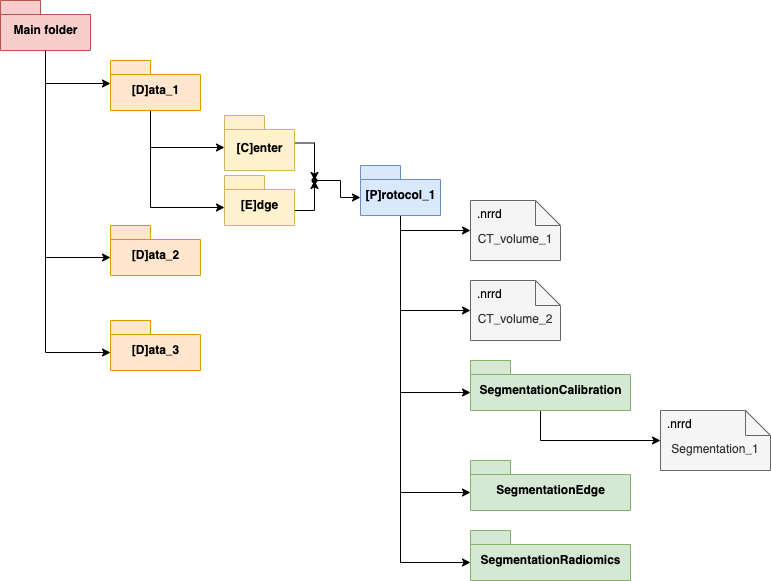
This is images/ddbb_diagram.png from juandasm/CT_Metrics_Reproducibility, a draw.io export, as it was before one commit. Source tidied: cells renumbered, new cells last; positions are measured from the earlier drawing's top-left corner, leaving out a move shared by most shapes.
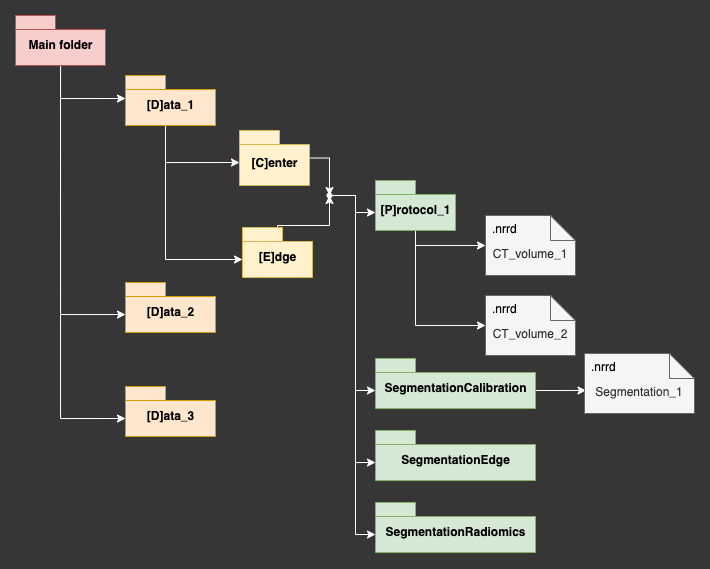
Above is the later version.

What changed in the source:
```diff
@@ -1,42 +1,43 @@
-<mxGraphModel>
+<mxGraphModel background="#363636">
   <root>
     <mxCell id="0" />
     <mxCell id="1" parent="0" />
-    <mxCell id="2" style="edgeStyle=orthogonalEdgeStyle;rounded=0;jettySize=auto;html=1;entryX=0;entryY=0;entryDx=0;entryDy=32;entryPerimeter=0;exitX=0.5;exitY=1;exitDx=0;exitDy=0;exitPerimeter=0;" parent="1" edge="1" source="5" target="10">
+    <mxCell id="2" style="edgeStyle=orthogonalEdgeStyle;rounded=0;jettySize=auto;html=1;entryX=0;entryY=0;entryDx=0;entryDy=32;entryPerimeter=0;exitX=0.5;exitY=1;exitDx=0;exitDy=0;exitPerimeter=0;strokeColor=#FFFFFF;" parent="1" edge="1" source="5" target="10">
       <mxGeometry relative="1" as="geometry">
         <Array as="points">
-          <mxPoint x="45" y="352" />
+          <mxPoint x="45" y="403" />
         </Array>
       </mxGeometry>
     </mxCell>
-    <mxCell id="3" style="edgeStyle=orthogonalEdgeStyle;rounded=0;jettySize=auto;html=1;entryX=0;entryY=0;entryDx=0;entryDy=23;entryPerimeter=0;" parent="1" edge="1" source="5" target="8">
+    <mxCell id="3" style="edgeStyle=orthogonalEdgeStyle;rounded=0;jettySize=auto;html=1;entryX=0;entryY=0;entryDx=0;entryDy=23;entryPerimeter=0;strokeColor=#FFFFFF;" parent="1" edge="1" source="5" target="8">
       <mxGeometry relative="1" as="geometry">
         <Array as="points">
           <mxPoint x="45" y="83" />
         </Array>
       </mxGeometry>
     </mxCell>
-    <mxCell id="4" style="edgeStyle=orthogonalEdgeStyle;rounded=0;jettySize=auto;html=1;entryX=0;entryY=0;entryDx=0;entryDy=32;entryPerimeter=0;exitX=0.5;exitY=1;exitDx=0;exitDy=0;exitPerimeter=0;" parent="1" edge="1" source="5" target="9">
+    <mxCell id="4" style="edgeStyle=orthogonalEdgeStyle;rounded=0;jettySize=auto;html=1;entryX=0;entryY=0;entryDx=0;entryDy=32;entryPerimeter=0;exitX=0.5;exitY=1;exitDx=0;exitDy=0;exitPerimeter=0;strokeColor=#FFFFFF;" parent="1" edge="1" source="5" target="9">
       <mxGeometry relative="1" as="geometry">
         <Array as="points">
-          <mxPoint x="45" y="257" />
+          <mxPoint x="45" y="299" />
+          <mxPoint x="110" y="299" />
         </Array>
       </mxGeometry>
     </mxCell>
     <mxCell id="5" value="Main folder" style="shape=folder;fontStyle=1;spacingTop=10;tabWidth=40;tabHeight=14;tabPosition=left;html=1;fillColor=#f8cecc;strokeColor=#b85450;" parent="1" vertex="1">
       <mxGeometry width="90" height="50" as="geometry" />
     </mxCell>
-    <mxCell id="6" style="edgeStyle=orthogonalEdgeStyle;rounded=0;jettySize=auto;html=1;entryX=0;entryY=0;entryDx=0;entryDy=32;entryPerimeter=0;" parent="1" edge="1" source="8" target="12">
+    <mxCell id="6" style="edgeStyle=orthogonalEdgeStyle;rounded=0;jettySize=auto;html=1;entryX=0;entryY=0;entryDx=0;entryDy=32;entryPerimeter=0;strokeColor=#FFFFFF;" parent="1" edge="1" source="8" target="12">
       <mxGeometry relative="1" as="geometry">
         <Array as="points">
           <mxPoint x="150" y="147" />
         </Array>
       </mxGeometry>
     </mxCell>
-    <mxCell id="7" style="edgeStyle=orthogonalEdgeStyle;rounded=0;jettySize=auto;html=1;entryX=0;entryY=0;entryDx=0;entryDy=32;entryPerimeter=0;" parent="1" edge="1" source="8" target="14">
+    <mxCell id="7" style="edgeStyle=orthogonalEdgeStyle;rounded=0;jettySize=auto;html=1;entryX=0;entryY=0;entryDx=0;entryDy=32;entryPerimeter=0;strokeColor=#FFFFFF;" parent="1" edge="1" source="8" target="14">
       <mxGeometry relative="1" as="geometry">
         <Array as="points">
-          <mxPoint x="150" y="207" />
+          <mxPoint x="150" y="244" />
         </Array>
       </mxGeometry>
     </mxCell>
@@ -44,12 +45,12 @@
       <mxGeometry x="110" y="60" width="90" height="50" as="geometry" />
     </mxCell>
     <mxCell id="9" value="[D]ata_2" style="shape=folder;fontStyle=1;spacingTop=10;tabWidth=40;tabHeight=14;tabPosition=left;html=1;fillColor=#ffe6cc;strokeColor=#d79b00;" parent="1" vertex="1">
-      <mxGeometry x="110" y="225" width="90" height="50" as="geometry" />
+      <mxGeometry x="110" y="267" width="90" height="50" as="geometry" />
     </mxCell>
     <mxCell id="10" value="[D]ata_3" style="shape=folder;fontStyle=1;spacingTop=10;tabWidth=40;tabHeight=14;tabPosition=left;html=1;fillColor=#ffe6cc;strokeColor=#d79b00;" parent="1" vertex="1">
-      <mxGeometry x="110" y="320" width="90" height="50" as="geometry" />
+      <mxGeometry x="110" y="371" width="90" height="50" as="geometry" />
     </mxCell>
-    <mxCell id="11" style="edgeStyle=orthogonalEdgeStyle;rounded=0;jettySize=auto;html=1;" parent="1" edge="1" source="12" target="22">
+    <mxCell id="11" style="edgeStyle=orthogonalEdgeStyle;rounded=0;jettySize=auto;html=1;strokeColor=#FFFFFF;" parent="1" edge="1" source="12" target="22">
       <mxGeometry relative="1" as="geometry">
         <Array as="points">
           <mxPoint x="314" y="142" />
@@ -59,7 +60,7 @@
     <mxCell id="12" value="[C]enter" style="shape=folder;fontStyle=1;spacingTop=10;tabWidth=40;tabHeight=14;tabPosition=left;html=1;fillColor=#fff2cc;strokeColor=#d6b656;" parent="1" vertex="1">
       <mxGeometry x="224" y="115" width="70" height="55" as="geometry" />
     </mxCell>
-    <mxCell id="13" style="edgeStyle=orthogonalEdgeStyle;rounded=0;jettySize=auto;html=1;" parent="1" edge="1" source="14" target="22">
+    <mxCell id="13" style="edgeStyle=orthogonalEdgeStyle;rounded=0;jettySize=auto;html=1;strokeColor=#FFFFFF;" parent="1" edge="1" source="14" target="22">
       <mxGeometry relative="1" as="geometry">
         <Array as="points">
           <mxPoint x="314" y="210" />
@@ -67,47 +68,26 @@
       </mxGeometry>
     </mxCell>
     <mxCell id="14" value="[E]dge" style="shape=folder;fontStyle=1;spacingTop=10;tabWidth=40;tabHeight=14;tabPosition=left;html=1;fillColor=#fff2cc;strokeColor=#d6b656;" parent="1" vertex="1">
-      <mxGeometry x="224" y="175" width="70" height="50" as="geometry" />
+      <mxGeometry x="227" y="212" width="70" height="50" as="geometry" />
     </mxCell>
-    <mxCell id="15" style="edgeStyle=orthogonalEdgeStyle;rounded=0;jettySize=auto;html=1;" parent="1" edge="1" source="20" target="23">
+    <mxCell id="15" style="edgeStyle=orthogonalEdgeStyle;rounded=0;jettySize=auto;html=1;strokeColor=#FFFFFF;" parent="1" edge="1" source="20" target="23">
       <mxGeometry relative="1" as="geometry">
         <Array as="points">
           <mxPoint x="400" y="230" />
         </Array>
       </mxGeometry>
     </mxCell>
-    <mxCell id="16" style="edgeStyle=orthogonalEdgeStyle;rounded=0;jettySize=auto;html=1;entryX=0;entryY=0.5;entryDx=0;entryDy=0;entryPerimeter=0;" parent="1" edge="1" source="20" target="25">
+    <mxCell id="16" style="edgeStyle=orthogonalEdgeStyle;rounded=0;jettySize=auto;html=1;entryX=0;entryY=0.5;entryDx=0;entryDy=0;entryPerimeter=0;strokeColor=#FFFFFF;" parent="1" edge="1" source="20" target="25">
       <mxGeometry relative="1" as="geometry">
         <Array as="points">
           <mxPoint x="400" y="310" />
         </Array>
       </mxGeometry>
     </mxCell>
-    <mxCell id="17" style="edgeStyle=orthogonalEdgeStyle;rounded=0;jettySize=auto;html=1;entryX=0;entryY=0;entryDx=0;entryDy=32;entryPerimeter=0;" parent="1" edge="1" source="20" target="28">
-      <mxGeometry relative="1" as="geometry">
-        <Array as="points">
-          <mxPoint x="400" y="392" />
-        </Array>
-      </mxGeometry>
-    </mxCell>
-    <mxCell id="18" style="edgeStyle=orthogonalEdgeStyle;rounded=0;jettySize=auto;html=1;entryX=0;entryY=0;entryDx=0;entryDy=32;entryPerimeter=0;" parent="1" edge="1" source="20" target="29">
-      <mxGeometry relative="1" as="geometry">
-        <Array as="points">
-          <mxPoint x="400" y="492" />
-        </Array>
-      </mxGeometry>
-    </mxCell>
-    <mxCell id="19" style="edgeStyle=orthogonalEdgeStyle;rounded=0;jettySize=auto;html=1;entryX=0;entryY=0;entryDx=0;entryDy=32;entryPerimeter=0;" parent="1" edge="1" source="20" target="30">
-      <mxGeometry relative="1" as="geometry">
-        <Array as="points">
-          <mxPoint x="400" y="562" />
-        </Array>
-      </mxGeometry>
-    </mxCell>
-    <mxCell id="20" value="[P]rotocol_1" style="shape=folder;fontStyle=1;spacingTop=10;tabWidth=40;tabHeight=14;tabPosition=left;html=1;fillColor=#dae8fc;strokeColor=#6c8ebf;" parent="1" vertex="1">
+    <mxCell id="20" value="[P]rotocol_1" style="shape=folder;fontStyle=1;spacingTop=10;tabWidth=40;tabHeight=14;tabPosition=left;html=1;fillColor=#d5e8d4;strokeColor=#82b366;" parent="1" vertex="1">
       <mxGeometry x="360" y="165" width="80" height="50" as="geometry" />
     </mxCell>
-    <mxCell id="21" style="edgeStyle=orthogonalEdgeStyle;rounded=0;jettySize=auto;html=1;entryX=0;entryY=0;entryDx=0;entryDy=32;entryPerimeter=0;" parent="1" edge="1" source="22" target="20">
+    <mxCell id="21" style="edgeStyle=orthogonalEdgeStyle;rounded=0;jettySize=auto;html=1;entryX=0;entryY=0;entryDx=0;entryDy=32;entryPerimeter=0;strokeColor=#FFFFFF;" parent="1" edge="1" source="22" target="20">
       <mxGeometry relative="1" as="geometry">
         <Array as="points">
           <mxPoint x="340" y="180" />
@@ -115,7 +95,31 @@
         </Array>
       </mxGeometry>
     </mxCell>
+    <mxCell id="33" style="edgeStyle=orthogonalEdgeStyle;rounded=0;jettySize=auto;html=1;entryX=0;entryY=0;entryDx=0;entryDy=32;entryPerimeter=0;strokeColor=#FFFFFF;" parent="1" edge="1" source="22" target="28">
+      <mxGeometry relative="1" as="geometry">
+        <Array as="points">
+          <mxPoint x="340" y="180" />
+          <mxPoint x="340" y="375" />
+        </Array>
+      </mxGeometry>
+    </mxCell>
+    <mxCell id="34" style="edgeStyle=orthogonalEdgeStyle;rounded=0;jettySize=auto;html=1;entryX=0;entryY=0;entryDx=0;entryDy=32;entryPerimeter=0;strokeColor=#FFFFFF;" parent="1" edge="1" source="22" target="29">
+      <mxGeometry relative="1" as="geometry">
+        <Array as="points">
+          <mxPoint x="340" y="180" />
+          <mxPoint x="340" y="447" />
+        </Array>
+      </mxGeometry>
+    </mxCell>
+    <mxCell id="35" style="edgeStyle=orthogonalEdgeStyle;rounded=0;jettySize=auto;html=1;strokeColor=#FFFFFF;entryX=0;entryY=0;entryDx=0;entryDy=32;entryPerimeter=0;" parent="1" edge="1" source="22" target="30">
+      <mxGeometry relative="1" as="geometry">
+        <Array as="points">
+          <mxPoint x="340" y="180" />
+          <mxPoint x="340" y="519" />
+        </Array>
+      </mxGeometry>
+    </mxCell>
-    <mxCell id="22" style="shape=waypoint;sketch=0;fillStyle=solid;size=6;points=[];fillColor=none;perimeter=centerPerimeter;snapToPoint=1;" parent="1" vertex="1">
+    <mxCell id="22" style="shape=waypoint;sketch=0;fillStyle=solid;size=6;points=[];fillColor=none;perimeter=centerPerimeter;snapToPoint=1;strokeColor=#FFFFFF;" parent="1" vertex="1">
       <mxGeometry x="294" y="160" width="40" height="40" as="geometry" />
     </mxCell>
     <mxCell id="23" value="CT_volume_1" style="shape=note2;boundedLbl=1;whiteSpace=wrap;html=1;size=25;verticalAlign=top;align=center;fillColor=#f5f5f5;fontColor=#333333;strokeColor=#666666;" parent="1" vertex="1">
@@ -130,24 +134,20 @@
     <mxCell id="26" value=".nrrd" style="strokeColor=none;fillColor=none;align=left;spacingLeft=5;" parent="25" vertex="1">
       <mxGeometry width="80" height="25" relative="1" as="geometry" />
     </mxCell>
-    <mxCell id="27" style="edgeStyle=orthogonalEdgeStyle;rounded=0;jettySize=auto;html=1;entryX=0;entryY=0.5;entryDx=0;entryDy=0;entryPerimeter=0;" parent="1" edge="1" source="28" target="31">
-      <mxGeometry relative="1" as="geometry">
-        <Array as="points">
-          <mxPoint x="540" y="440" />
-        </Array>
-      </mxGeometry>
+    <mxCell id="27" style="edgeStyle=orthogonalEdgeStyle;rounded=0;jettySize=auto;html=1;exitX=0;exitY=0;exitDx=160;exitDy=32;exitPerimeter=0;entryX=0.014;entryY=0.616;entryDx=0;entryDy=0;entryPerimeter=0;strokeColor=#FFFFFF;" parent="1" edge="1" source="28" target="31">
+      <mxGeometry relative="1" as="geometry" />
     </mxCell>
     <mxCell id="28" value="SegmentationCalibration" style="shape=folder;fontStyle=1;spacingTop=10;tabWidth=40;tabHeight=14;tabPosition=left;html=1;fillColor=#d5e8d4;strokeColor=#82b366;" parent="1" vertex="1">
-      <mxGeometry x="470" y="360" width="160" height="50" as="geometry" />
+      <mxGeometry x="360" y="343" width="160" height="50" as="geometry" />
     </mxCell>
     <mxCell id="29" value="SegmentationEdge" style="shape=folder;fontStyle=1;spacingTop=10;tabWidth=40;tabHeight=14;tabPosition=left;html=1;fillColor=#d5e8d4;strokeColor=#82b366;" parent="1" vertex="1">
-      <mxGeometry x="470" y="460" width="160" height="50" as="geometry" />
+      <mxGeometry x="360" y="415" width="160" height="50" as="geometry" />
     </mxCell>
     <mxCell id="30" value="SegmentationRadiomics" style="shape=folder;fontStyle=1;spacingTop=10;tabWidth=40;tabHeight=14;tabPosition=left;html=1;fillColor=#d5e8d4;strokeColor=#82b366;" parent="1" vertex="1">
-      <mxGeometry x="470" y="530" width="160" height="50" as="geometry" />
+      <mxGeometry x="360" y="487" width="160" height="50" as="geometry" />
     </mxCell>
     <mxCell id="31" value="Segmentation_1" style="shape=note2;boundedLbl=1;whiteSpace=wrap;html=1;size=25;verticalAlign=top;align=center;fillColor=#f5f5f5;fontColor=#333333;strokeColor=#666666;" parent="1" vertex="1">
-      <mxGeometry x="660" y="410" width="110" height="60" as="geometry" />
+      <mxGeometry x="569" y="338" width="110" height="60" as="geometry" />
     </mxCell>
     <mxCell id="32" value=".nrrd" style="strokeColor=none;fillColor=none;align=left;spacingLeft=5;" parent="31" vertex="1">
       <mxGeometry width="97.78" height="25" relative="1" as="geometry" />
```
